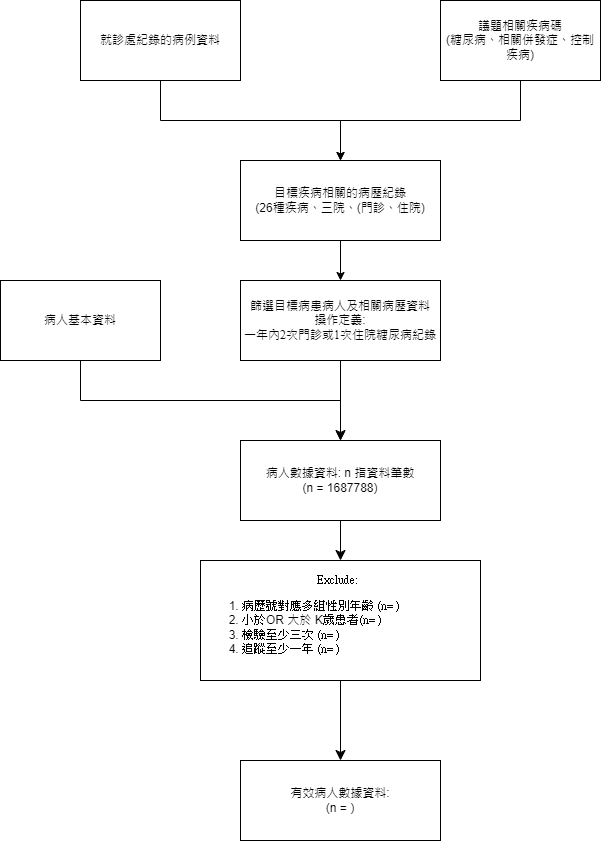
Earlier version of the draw.io export 分析/get_data.drawio.png (VinceOY/Disease_analysis). Source tidied: cells renumbered, new cells last; positions are measured from the earlier drawing's top-left corner, leaving out a move shared by most shapes.
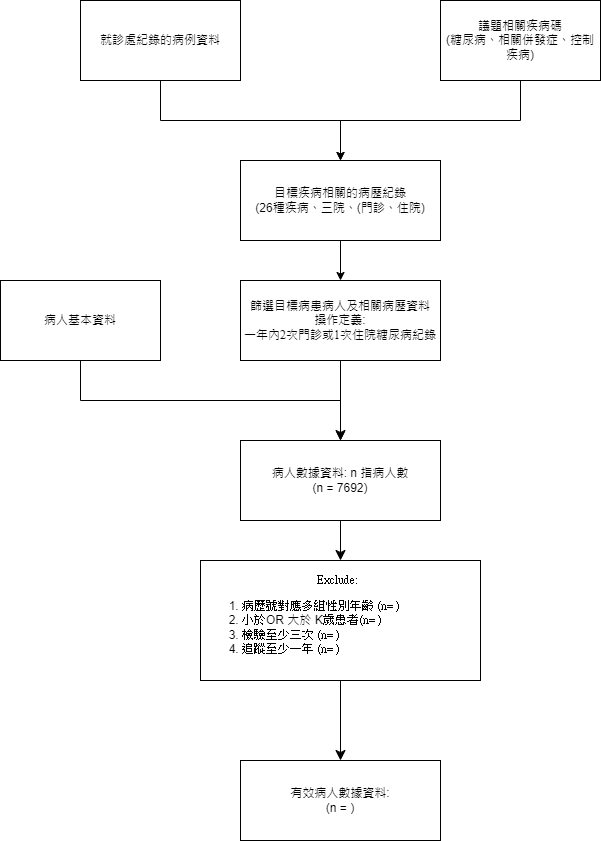
The same file after the commit.

What changed in the source:
```diff
@@ -17,7 +17,7 @@
     <mxCell id="6" style="edgeStyle=none;curved=1;rounded=0;jettySize=auto;html=1;entryX=0.5;entryY=0;entryDx=0;entryDy=0;fontSize=12;startSize=8;endSize=8;" parent="1" edge="1" source="7" target="16">
       <mxGeometry relative="1" as="geometry" />
     </mxCell>
-    <mxCell id="7" value="病人數據資料: n 指資料筆數&lt;div&gt;(n = 1687788)&lt;/div&gt;" style="rounded=0;whiteSpace=wrap;html=1;" parent="1" vertex="1">
+    <mxCell id="7" value="病人數據資料: n 指病人數&lt;div&gt;(n = 7692)&lt;/div&gt;" style="rounded=0;whiteSpace=wrap;html=1;" parent="1" vertex="1">
       <mxGeometry x="240" y="440" width="200" height="80" as="geometry" />
     </mxCell>
     <mxCell id="8" style="edgeStyle=orthogonalEdgeStyle;rounded=0;jettySize=auto;html=1;entryX=0.5;entryY=0;entryDx=0;entryDy=0;" parent="1" edge="1" source="9" target="5">
@@ -29,7 +29,7 @@
     <mxCell id="10" value="病人基本資料" style="rounded=0;whiteSpace=wrap;html=1;" parent="1" vertex="1">
       <mxGeometry y="280" width="160" height="80" as="geometry" />
     </mxCell>
-    <mxCell id="11" style="edgeStyle=orthogonalEdgeStyle;rounded=0;jettySize=auto;html=1;entryX=0.5;entryY=0;entryDx=0;entryDy=0;" parent="1" edge="1" target="x">
+    <mxCell id="11" style="edgeStyle=orthogonalEdgeStyle;rounded=0;orthogonalLoop=1;jettySize=auto;html=1;entryX=0.5;entryY=0;entryDx=0;entryDy=0;" parent="1" edge="1">
       <mxGeometry relative="1" as="geometry">
         <mxPoint x="300" y="920" as="sourcePoint" />
       </mxGeometry>
```
